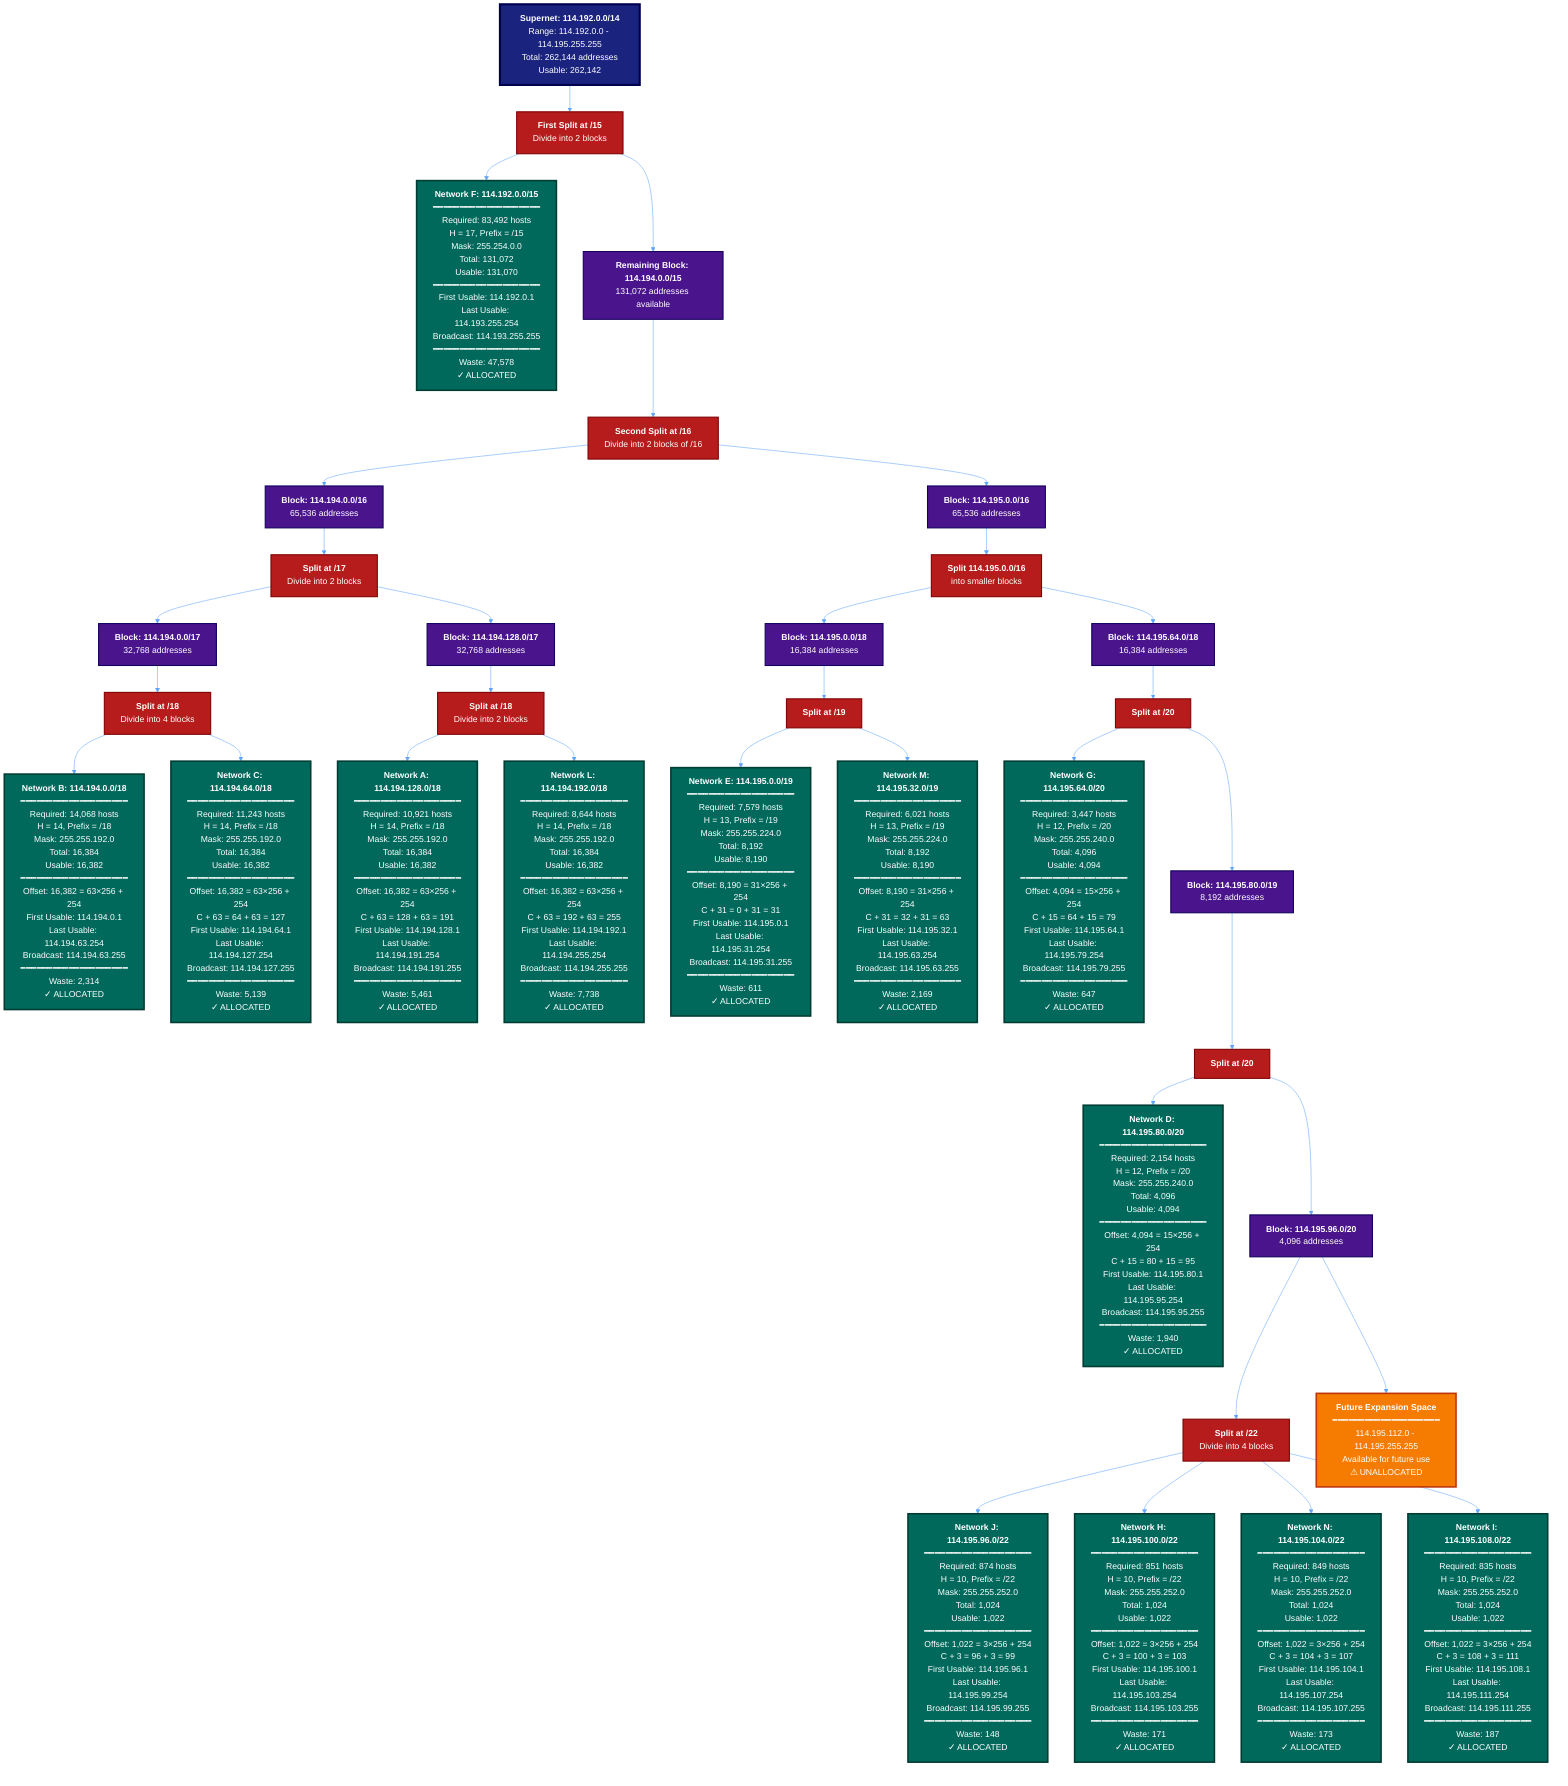
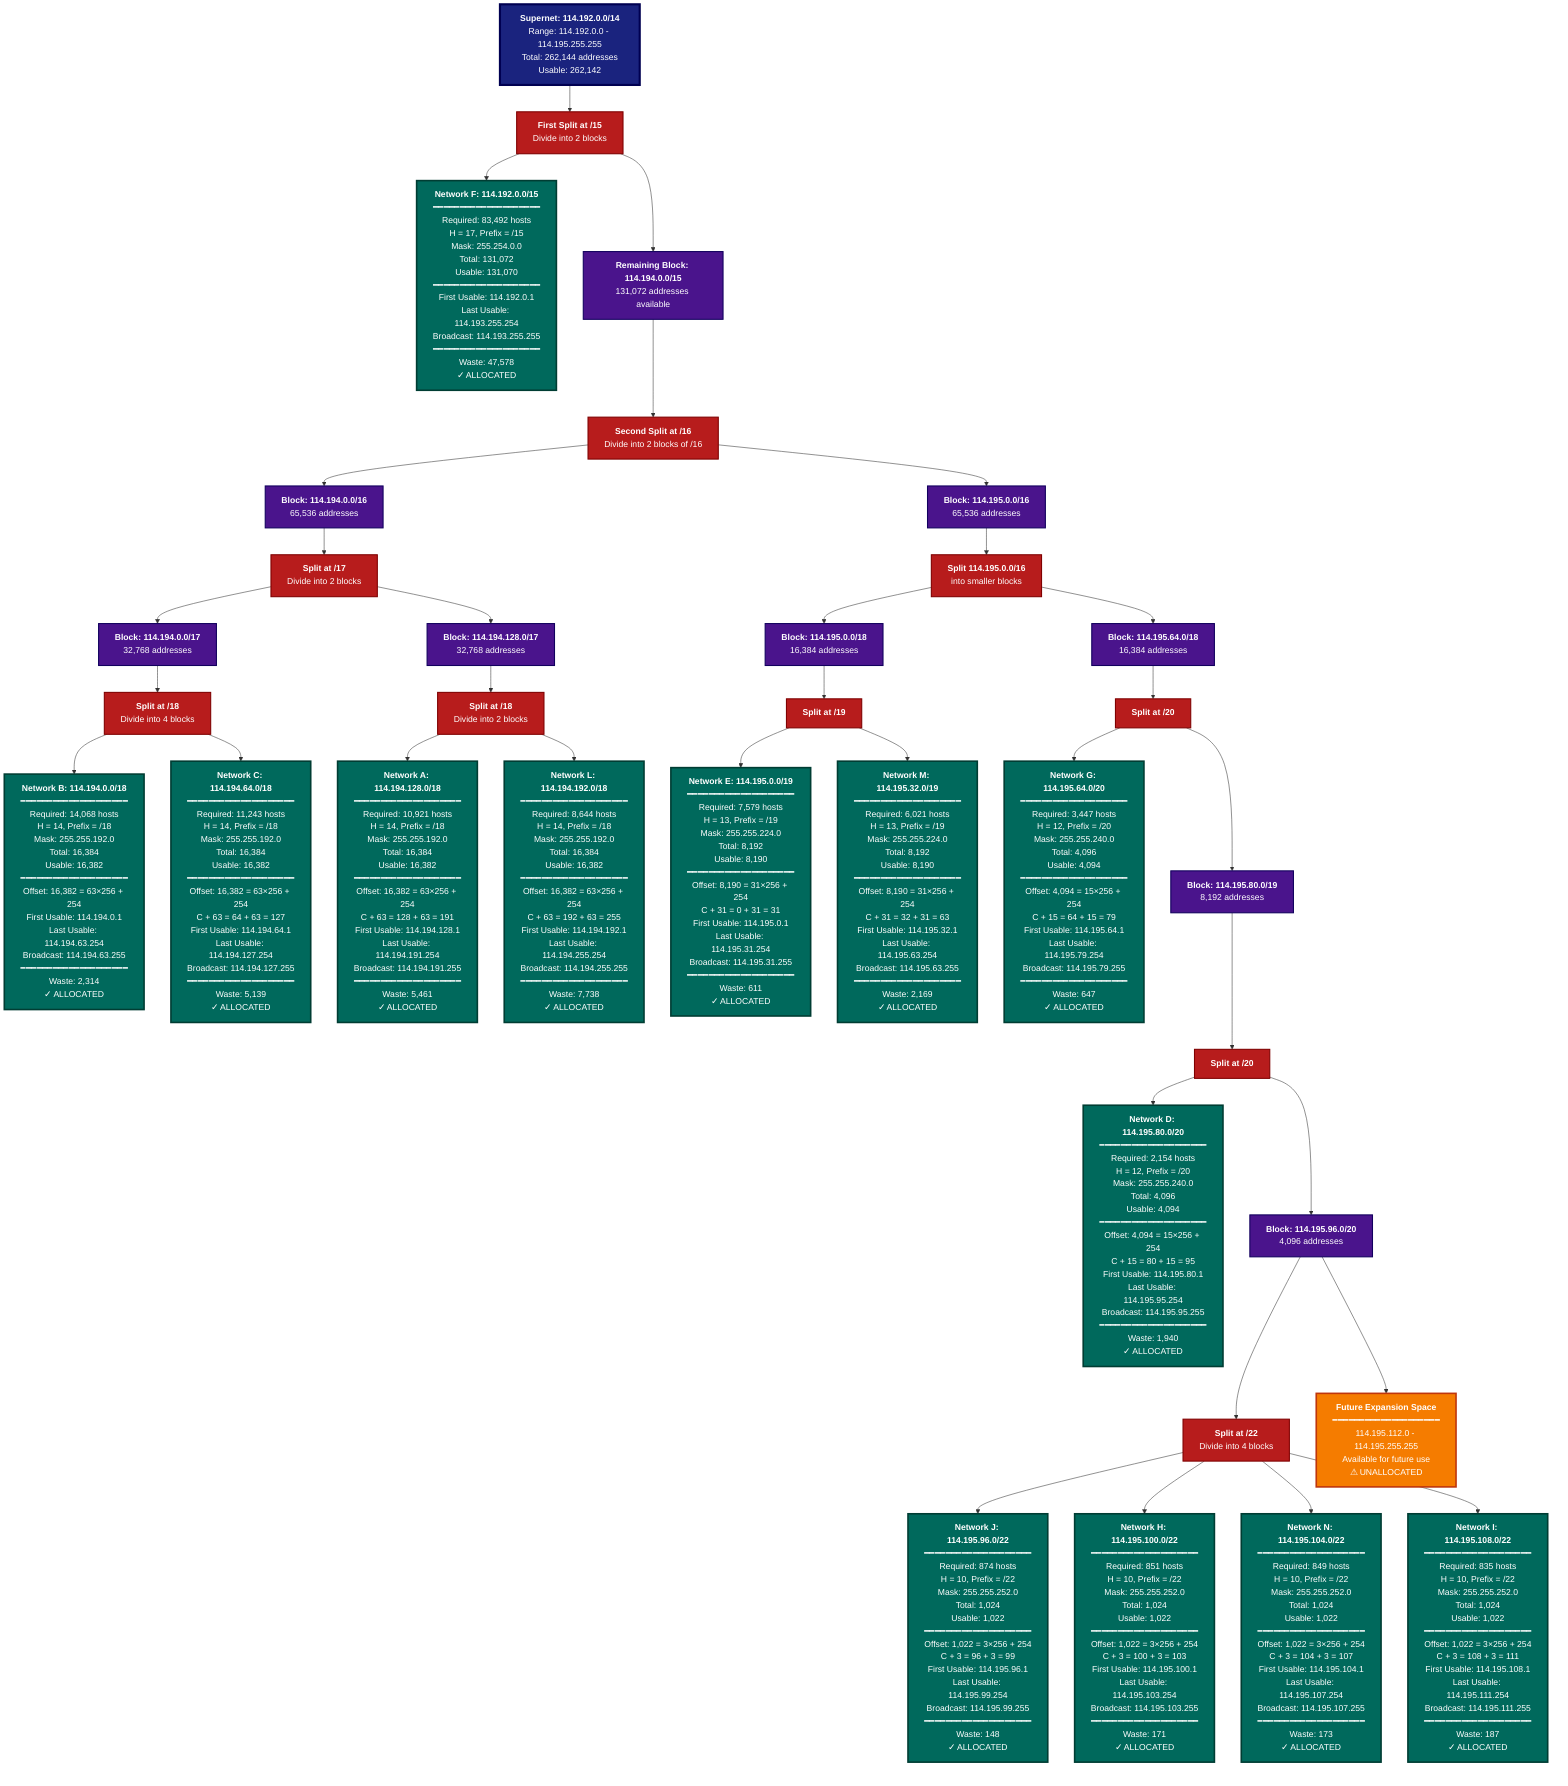
- %%{init: {'theme':'dark', 'themeVariables': {'primaryColor':'#00695c','primaryTextColor':'#ffffff','primaryBorderColor':'#003d33','lineColor':'#60a5fa','secondaryColor':'#4a148c','tertiaryColor':'#1565c0','background':'#0a0e27','mainBkg':'#131829','secondBkg':'#0a0e27','textColor':'#f8fafc','border1':'#94a3b8','border2':'#60a5fa','noteBkgColor':'#1a237e','noteTextColor':'#ffffff','noteBorderColor':'#000051','actorBorder':'#a78bfa','actorBkg':'#00695c','actorTextColor':'#ffffff','actorLineColor':'#003d33','signalColor':'#22d3ee','signalTextColor':'#000000','labelBoxBkgColor':'#4a148c','labelBoxBorderColor':'#12005e','labelTextColor':'#ffffff','loopTextColor':'#f8fafc','activationBorderColor':'#a78bfa','activationBkgColor':'#1565c0','sequenceNumberColor':'#000000','sectionBkgColor':'#2e7d32','altBkgColor':'#1565c0','clusterBkg':'#4a148c','clusterBorder':'#12005e','defaultLinkColor':'#60a5fa','titleColor':'#a78bfa','edgeLabelBackground':'#131829','compositeTitleBackground':'#0a0e27','compositeBackground':'#131829'}}}%%
graph TD
    Start["<b>Supernet: 114.192.0.0/14</b><br/>Range: 114.192.0.0 - 114.195.255.255<br/>Total: 262,144 addresses<br/>Usable: 262,142"]

    Start --> Split1["<b>First Split at /15</b><br/>Divide into 2 blocks"]

    Split1 --> F["<b>Network F: 114.192.0.0/15</b><br/>━━━━━━━━━━━━━━━━━━━━<br/>Required: 83,492 hosts<br/>H = 17, Prefix = /15<br/>Mask: 255.254.0.0<br/>Total: 131,072<br/>Usable: 131,070<br/>━━━━━━━━━━━━━━━━━━━━<br/>First Usable: 114.192.0.1<br/>Last Usable: 114.193.255.254<br/>Broadcast: 114.193.255.255<br/>━━━━━━━━━━━━━━━━━━━━<br/>Waste: 47,578<br/>✓ ALLOCATED"]

    Split1 --> Block2["<b>Remaining Block: 114.194.0.0/15</b><br/>131,072 addresses available"]

    Block2 --> Split2["<b>Second Split at /16</b><br/>Divide into 2 blocks of /16"]

    Split2 --> Block3["<b>Block: 114.194.0.0/16</b><br/>65,536 addresses"]
    Split2 --> Block4["<b>Block: 114.195.0.0/16</b><br/>65,536 addresses"]

    Block3 --> Split3["<b>Split at /17</b><br/>Divide into 2 blocks"]

    Split3 --> Block5["<b>Block: 114.194.0.0/17</b><br/>32,768 addresses"]
    Split3 --> Block6["<b>Block: 114.194.128.0/17</b><br/>32,768 addresses"]

    Block5 --> Split4["<b>Split at /18</b><br/>Divide into 4 blocks"]

    Split4 --> B["<b>Network B: 114.194.0.0/18</b><br/>━━━━━━━━━━━━━━━━━━━━<br/>Required: 14,068 hosts<br/>H = 14, Prefix = /18<br/>Mask: 255.255.192.0<br/>Total: 16,384<br/>Usable: 16,382<br/>━━━━━━━━━━━━━━━━━━━━<br/>Offset: 16,382 = 63×256 + 254<br/>First Usable: 114.194.0.1<br/>Last Usable: 114.194.63.254<br/>Broadcast: 114.194.63.255<br/>━━━━━━━━━━━━━━━━━━━━<br/>Waste: 2,314<br/>✓ ALLOCATED"]

    Split4 --> C["<b>Network C: 114.194.64.0/18</b><br/>━━━━━━━━━━━━━━━━━━━━<br/>Required: 11,243 hosts<br/>H = 14, Prefix = /18<br/>Mask: 255.255.192.0<br/>Total: 16,384<br/>Usable: 16,382<br/>━━━━━━━━━━━━━━━━━━━━<br/>Offset: 16,382 = 63×256 + 254<br/>C + 63 = 64 + 63 = 127<br/>First Usable: 114.194.64.1<br/>Last Usable: 114.194.127.254<br/>Broadcast: 114.194.127.255<br/>━━━━━━━━━━━━━━━━━━━━<br/>Waste: 5,139<br/>✓ ALLOCATED"]

    Block6 --> Split5["<b>Split at /18</b><br/>Divide into 2 blocks"]

    Split5 --> A["<b>Network A: 114.194.128.0/18</b><br/>━━━━━━━━━━━━━━━━━━━━<br/>Required: 10,921 hosts<br/>H = 14, Prefix = /18<br/>Mask: 255.255.192.0<br/>Total: 16,384<br/>Usable: 16,382<br/>━━━━━━━━━━━━━━━━━━━━<br/>Offset: 16,382 = 63×256 + 254<br/>C + 63 = 128 + 63 = 191<br/>First Usable: 114.194.128.1<br/>Last Usable: 114.194.191.254<br/>Broadcast: 114.194.191.255<br/>━━━━━━━━━━━━━━━━━━━━<br/>Waste: 5,461<br/>✓ ALLOCATED"]

    Split5 --> L["<b>Network L: 114.194.192.0/18</b><br/>━━━━━━━━━━━━━━━━━━━━<br/>Required: 8,644 hosts<br/>H = 14, Prefix = /18<br/>Mask: 255.255.192.0<br/>Total: 16,384<br/>Usable: 16,382<br/>━━━━━━━━━━━━━━━━━━━━<br/>Offset: 16,382 = 63×256 + 254<br/>C + 63 = 192 + 63 = 255<br/>First Usable: 114.194.192.1<br/>Last Usable: 114.194.255.254<br/>Broadcast: 114.194.255.255<br/>━━━━━━━━━━━━━━━━━━━━<br/>Waste: 7,738<br/>✓ ALLOCATED"]

    Block4 --> Split6["<b>Split 114.195.0.0/16</b><br/>into smaller blocks"]

    Split6 --> Block7["<b>Block: 114.195.0.0/18</b><br/>16,384 addresses"]
    Split6 --> Block8["<b>Block: 114.195.64.0/18</b><br/>16,384 addresses"]

    Block7 --> Split7["<b>Split at /19</b>"]

    Split7 --> E["<b>Network E: 114.195.0.0/19</b><br/>━━━━━━━━━━━━━━━━━━━━<br/>Required: 7,579 hosts<br/>H = 13, Prefix = /19<br/>Mask: 255.255.224.0<br/>Total: 8,192<br/>Usable: 8,190<br/>━━━━━━━━━━━━━━━━━━━━<br/>Offset: 8,190 = 31×256 + 254<br/>C + 31 = 0 + 31 = 31<br/>First Usable: 114.195.0.1<br/>Last Usable: 114.195.31.254<br/>Broadcast: 114.195.31.255<br/>━━━━━━━━━━━━━━━━━━━━<br/>Waste: 611<br/>✓ ALLOCATED"]

    Split7 --> M["<b>Network M: 114.195.32.0/19</b><br/>━━━━━━━━━━━━━━━━━━━━<br/>Required: 6,021 hosts<br/>H = 13, Prefix = /19<br/>Mask: 255.255.224.0<br/>Total: 8,192<br/>Usable: 8,190<br/>━━━━━━━━━━━━━━━━━━━━<br/>Offset: 8,190 = 31×256 + 254<br/>C + 31 = 32 + 31 = 63<br/>First Usable: 114.195.32.1<br/>Last Usable: 114.195.63.254<br/>Broadcast: 114.195.63.255<br/>━━━━━━━━━━━━━━━━━━━━<br/>Waste: 2,169<br/>✓ ALLOCATED"]

    Block8 --> Split8["<b>Split at /20</b>"]

    Split8 --> G["<b>Network G: 114.195.64.0/20</b><br/>━━━━━━━━━━━━━━━━━━━━<br/>Required: 3,447 hosts<br/>H = 12, Prefix = /20<br/>Mask: 255.255.240.0<br/>Total: 4,096<br/>Usable: 4,094<br/>━━━━━━━━━━━━━━━━━━━━<br/>Offset: 4,094 = 15×256 + 254<br/>C + 15 = 64 + 15 = 79<br/>First Usable: 114.195.64.1<br/>Last Usable: 114.195.79.254<br/>Broadcast: 114.195.79.255<br/>━━━━━━━━━━━━━━━━━━━━<br/>Waste: 647<br/>✓ ALLOCATED"]

    Split8 --> Block9["<b>Block: 114.195.80.0/19</b><br/>8,192 addresses"]

    Block9 --> Split9["<b>Split at /20</b>"]

    Split9 --> D["<b>Network D: 114.195.80.0/20</b><br/>━━━━━━━━━━━━━━━━━━━━<br/>Required: 2,154 hosts<br/>H = 12, Prefix = /20<br/>Mask: 255.255.240.0<br/>Total: 4,096<br/>Usable: 4,094<br/>━━━━━━━━━━━━━━━━━━━━<br/>Offset: 4,094 = 15×256 + 254<br/>C + 15 = 80 + 15 = 95<br/>First Usable: 114.195.80.1<br/>Last Usable: 114.195.95.254<br/>Broadcast: 114.195.95.255<br/>━━━━━━━━━━━━━━━━━━━━<br/>Waste: 1,940<br/>✓ ALLOCATED"]

    Split9 --> Block10["<b>Block: 114.195.96.0/20</b><br/>4,096 addresses"]

    Block10 --> Split10["<b>Split at /22</b><br/>Divide into 4 blocks"]

    Split10 --> J["<b>Network J: 114.195.96.0/22</b><br/>━━━━━━━━━━━━━━━━━━━━<br/>Required: 874 hosts<br/>H = 10, Prefix = /22<br/>Mask: 255.255.252.0<br/>Total: 1,024<br/>Usable: 1,022<br/>━━━━━━━━━━━━━━━━━━━━<br/>Offset: 1,022 = 3×256 + 254<br/>C + 3 = 96 + 3 = 99<br/>First Usable: 114.195.96.1<br/>Last Usable: 114.195.99.254<br/>Broadcast: 114.195.99.255<br/>━━━━━━━━━━━━━━━━━━━━<br/>Waste: 148<br/>✓ ALLOCATED"]

    Split10 --> H["<b>Network H: 114.195.100.0/22</b><br/>━━━━━━━━━━━━━━━━━━━━<br/>Required: 851 hosts<br/>H = 10, Prefix = /22<br/>Mask: 255.255.252.0<br/>Total: 1,024<br/>Usable: 1,022<br/>━━━━━━━━━━━━━━━━━━━━<br/>Offset: 1,022 = 3×256 + 254<br/>C + 3 = 100 + 3 = 103<br/>First Usable: 114.195.100.1<br/>Last Usable: 114.195.103.254<br/>Broadcast: 114.195.103.255<br/>━━━━━━━━━━━━━━━━━━━━<br/>Waste: 171<br/>✓ ALLOCATED"]

    Split10 --> N["<b>Network N: 114.195.104.0/22</b><br/>━━━━━━━━━━━━━━━━━━━━<br/>Required: 849 hosts<br/>H = 10, Prefix = /22<br/>Mask: 255.255.252.0<br/>Total: 1,024<br/>Usable: 1,022<br/>━━━━━━━━━━━━━━━━━━━━<br/>Offset: 1,022 = 3×256 + 254<br/>C + 3 = 104 + 3 = 107<br/>First Usable: 114.195.104.1<br/>Last Usable: 114.195.107.254<br/>Broadcast: 114.195.107.255<br/>━━━━━━━━━━━━━━━━━━━━<br/>Waste: 173<br/>✓ ALLOCATED"]

    Split10 --> I["<b>Network I: 114.195.108.0/22</b><br/>━━━━━━━━━━━━━━━━━━━━<br/>Required: 835 hosts<br/>H = 10, Prefix = /22<br/>Mask: 255.255.252.0<br/>Total: 1,024<br/>Usable: 1,022<br/>━━━━━━━━━━━━━━━━━━━━<br/>Offset: 1,022 = 3×256 + 254<br/>C + 3 = 108 + 3 = 111<br/>First Usable: 114.195.108.1<br/>Last Usable: 114.195.111.254<br/>Broadcast: 114.195.111.255<br/>━━━━━━━━━━━━━━━━━━━━<br/>Waste: 187<br/>✓ ALLOCATED"]

    Block10 --> Remaining["<b>Future Expansion Space</b><br/>━━━━━━━━━━━━━━━━━━━━<br/>114.195.112.0 - 114.195.255.255<br/>Available for future use<br/>⚠ UNALLOCATED"]

    style Start fill:#1a237e,stroke:#000051,stroke-width:4px,color:#fff
    style F fill:#00695c,stroke:#003d33,stroke-width:3px,color:#fff
    style B fill:#00695c,stroke:#003d33,stroke-width:3px,color:#fff
    style C fill:#00695c,stroke:#003d33,stroke-width:3px,color:#fff
    style A fill:#00695c,stroke:#003d33,stroke-width:3px,color:#fff
    style L fill:#00695c,stroke:#003d33,stroke-width:3px,color:#fff
    style E fill:#00695c,stroke:#003d33,stroke-width:3px,color:#fff
    style M fill:#00695c,stroke:#003d33,stroke-width:3px,color:#fff
    style G fill:#00695c,stroke:#003d33,stroke-width:3px,color:#fff
    style D fill:#00695c,stroke:#003d33,stroke-width:3px,color:#fff
    style J fill:#00695c,stroke:#003d33,stroke-width:3px,color:#fff
    style H fill:#00695c,stroke:#003d33,stroke-width:3px,color:#fff
    style N fill:#00695c,stroke:#003d33,stroke-width:3px,color:#fff
    style I fill:#00695c,stroke:#003d33,stroke-width:3px,color:#fff
    style Remaining fill:#f57c00,stroke:#bf360c,stroke-width:3px,color:#fff
    style Block2 fill:#4a148c,stroke:#12005e,stroke-width:2px,color:#fff
    style Block3 fill:#4a148c,stroke:#12005e,stroke-width:2px,color:#fff
    style Block4 fill:#4a148c,stroke:#12005e,stroke-width:2px,color:#fff
    style Block5 fill:#4a148c,stroke:#12005e,stroke-width:2px,color:#fff
    style Block6 fill:#4a148c,stroke:#12005e,stroke-width:2px,color:#fff
    style Block7 fill:#4a148c,stroke:#12005e,stroke-width:2px,color:#fff
    style Block8 fill:#4a148c,stroke:#12005e,stroke-width:2px,color:#fff
    style Block9 fill:#4a148c,stroke:#12005e,stroke-width:2px,color:#fff
    style Block10 fill:#4a148c,stroke:#12005e,stroke-width:2px,color:#fff
    style Split1 fill:#b71c1c,stroke:#7f0000,stroke-width:2px,color:#fff
    style Split2 fill:#b71c1c,stroke:#7f0000,stroke-width:2px,color:#fff
    style Split3 fill:#b71c1c,stroke:#7f0000,stroke-width:2px,color:#fff
    style Split4 fill:#b71c1c,stroke:#7f0000,stroke-width:2px,color:#fff
    style Split5 fill:#b71c1c,stroke:#7f0000,stroke-width:2px,color:#fff
    style Split6 fill:#b71c1c,stroke:#7f0000,stroke-width:2px,color:#fff
    style Split7 fill:#b71c1c,stroke:#7f0000,stroke-width:2px,color:#fff
    style Split8 fill:#b71c1c,stroke:#7f0000,stroke-width:2px,color:#fff
    style Split9 fill:#b71c1c,stroke:#7f0000,stroke-width:2px,color:#fff
    style Split10 fill:#b71c1c,stroke:#7f0000,stroke-width:2px,color:#fff